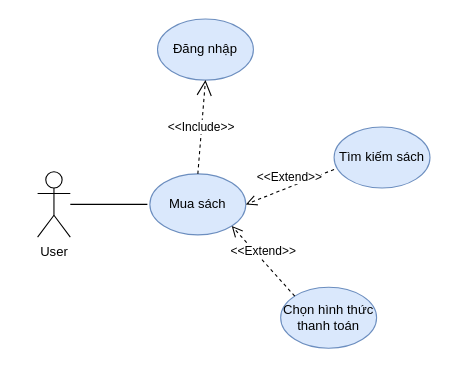
Above: luận văn tốt nghiệp/cuonbaocao/cac so do/thanh phantacnhan-chuong 4/Sơdo/usecasemuasach.drawio in ThanhQvanVnnn/BookAppFireBase (draw.io), before the change. Source tidied: cells renumbered, new cells numbered last; positions are measured from the earlier drawing's top-left corner, leaving out a move shared by most shapes. Both pictures are drawn from the tidied source at 109%, with x=0, y=0 at pixel (37, 19).
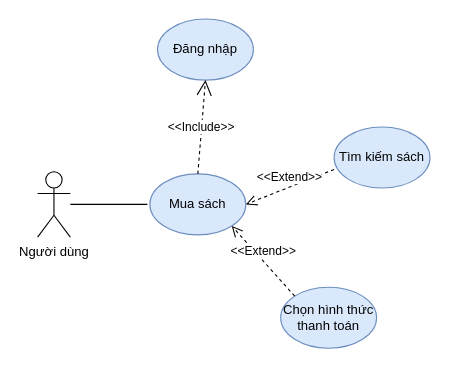
Above is the later version.

Diff of the diagram source:
```diff
@@
 <mxGraphModel>
   <root>
     <mxCell id="0" />
     <mxCell id="1" parent="0" />
-    <mxCell id="2" value="User" style="shape=umlActor;verticalLabelPosition=bottom;labelBackgroundColor=#ffffff;verticalAlign=top;html=1;outlineConnect=0;" parent="1" vertex="1">
+    <mxCell id="2" value="Người dùng" style="shape=umlActor;verticalLabelPosition=bottom;labelBackgroundColor=#ffffff;verticalAlign=top;html=1;outlineConnect=0;" parent="1" vertex="1">
       <mxGeometry y="140" width="30" height="60" as="geometry" />
     </mxCell>
     <mxCell id="3" value="Mua sách" style="ellipse;whiteSpace=wrap;html=1;fillColor=#dae8fc;strokeColor=#6c8ebf;" parent="1" vertex="1">
       <mxGeometry x="103" y="142" width="88" height="56" as="geometry" />
     </mxCell>
     <mxCell id="4" value="Chọn hình thức thanh toán" style="ellipse;whiteSpace=wrap;html=1;fillColor=#dae8fc;strokeColor=#6c8ebf;" parent="1" vertex="1">
       <mxGeometry x="223" y="246" width="88" height="56" as="geometry" />
     </mxCell>
     <mxCell id="5" value="Đăng nhập" style="ellipse;whiteSpace=wrap;html=1;fillColor=#dae8fc;strokeColor=#6c8ebf;" parent="1" vertex="1">
       <mxGeometry x="110" width="88" height="56" as="geometry" />
     </mxCell>
     <mxCell id="6" style="endArrow=none;html=1;" parent="1" edge="1" source="2">
       <mxGeometry relative="1" as="geometry">
         <mxPoint x="100.7" y="170" as="targetPoint" />
       </mxGeometry>
     </mxCell>
     <mxCell id="7" value="Tìm kiếm sách" style="ellipse;whiteSpace=wrap;html=1;fillColor=#dae8fc;strokeColor=#6c8ebf;" parent="1" vertex="1">
       <mxGeometry x="272" y="99" width="88" height="56" as="geometry" />
     </mxCell>
     <mxCell id="8" value="&amp;lt;&amp;lt;Extend&amp;gt;&amp;gt;" style="html=1;verticalAlign=bottom;endArrow=open;dashed=1;endSize=8;exitX=0;exitY=0.696;exitDx=0;exitDy=0;entryX=1;entryY=0.5;entryDx=0;entryDy=0;exitPerimeter=0;" parent="1" edge="1" source="7" target="3">
       <mxGeometry relative="1" as="geometry" />
     </mxCell>
     <mxCell id="9" value="&amp;lt;&amp;lt;Include&amp;gt;&amp;gt;" style="endArrow=open;endSize=12;dashed=1;html=1;entryX=0.5;entryY=1;entryDx=0;entryDy=0;exitX=0.5;exitY=0;exitDx=0;exitDy=0;" parent="1" edge="1" source="3" target="5">
       <mxGeometry relative="1" as="geometry" />
     </mxCell>
     <mxCell id="10" value="&amp;lt;&amp;lt;Extend&amp;gt;&amp;gt;" style="html=1;verticalAlign=bottom;endArrow=open;dashed=1;endSize=8;exitX=0;exitY=0;exitDx=0;exitDy=0;entryX=1;entryY=1;entryDx=0;entryDy=0;" parent="1" edge="1" source="4" target="3">
       <mxGeometry relative="1" as="geometry" />
     </mxCell>
   </root>
 </mxGraphModel>
```
